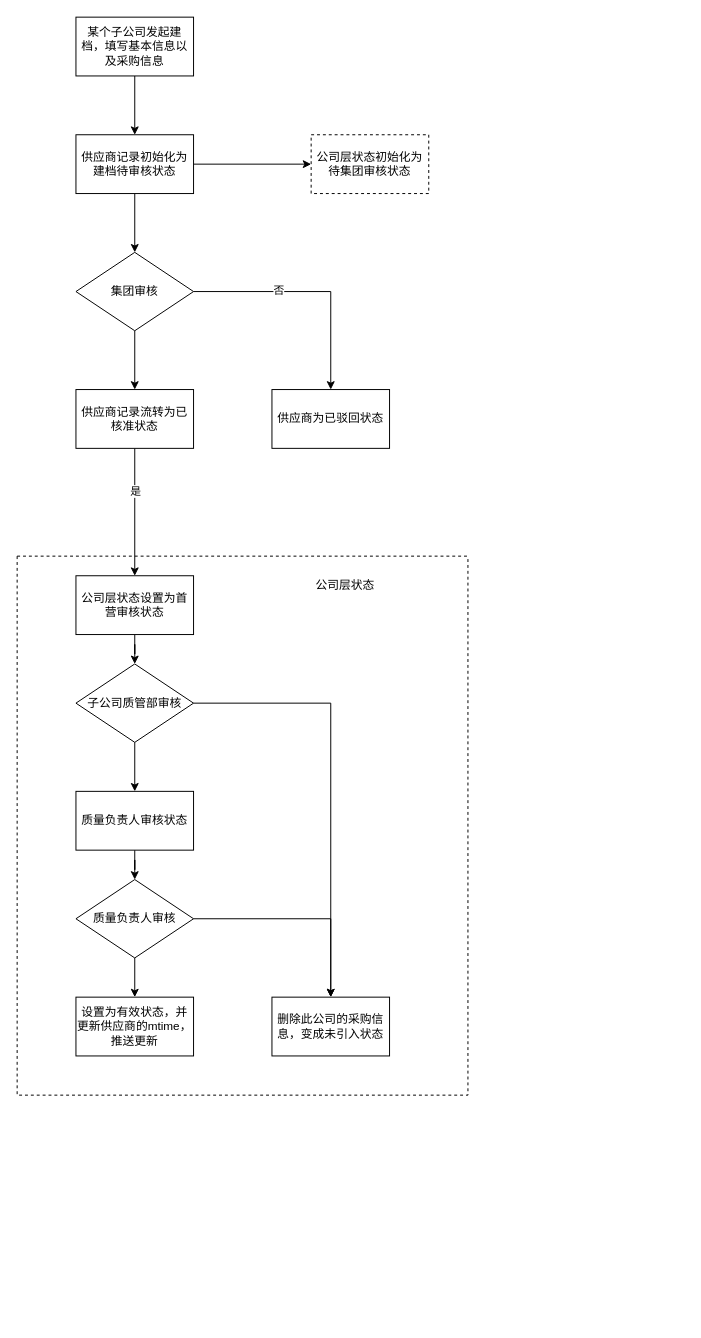
This is gitskills/返利供应商建档流程.drawio from benbenbo/learngit, a draw.io file, before an edit. Source tidied: cells renumbered, new cells numbered last; positions are measured from the earlier drawing's top-left corner, leaving out a move shared by most shapes. Both pictures are drawn from the tidied source at 98%, with x=0, y=0 at pixel (17, 17).
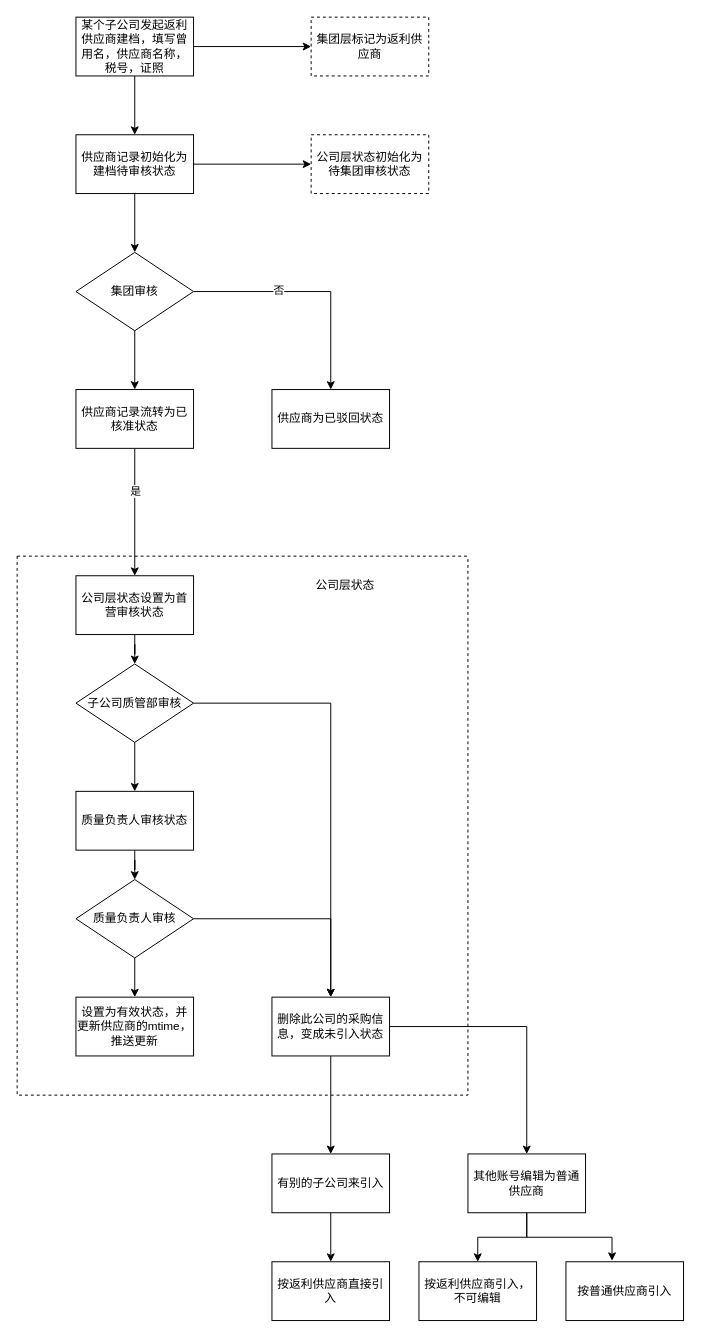
After the change.

Commit message:
Update 返利供应商建档流程.drawio

Unchanged cells that the change refers to:
```xml
<mxCell id="26" value="删除此公司的采购信息，变成未引入状态" style="rounded=0;whiteSpace=wrap;html=1;fillColor=none;gradientColor=none;" parent="14" vertex="1">
  <mxGeometry x="260" y="450" width="120" height="60" as="geometry" />
</mxCell>
```

What changed in the source:
```diff
@@
+    <mxCell id="30" style="edgeStyle=orthogonalEdgeStyle;rounded=0;jettySize=auto;html=1;entryX=0;entryY=0.5;entryDx=0;entryDy=0;" parent="1" edge="1" source="3" target="31">
+      <mxGeometry relative="1" as="geometry" />
+    </mxCell>
-    <mxCell id="3" value="某个子公司发起建档，填写基本信息以及采购信息" style="rounded=0;whiteSpace=wrap;html=1;" parent="1" vertex="1">
+    <mxCell id="3" value="某个子公司发起返利供应商建档，填写曾用名，供应商名称，税号，证照" style="rounded=0;whiteSpace=wrap;html=1;" parent="1" vertex="1">
       <mxGeometry x="60" width="120" height="60" as="geometry" />
     </mxCell>
@@
+    <mxCell id="31" value="集团层标记为返利供应商" style="rounded=0;whiteSpace=wrap;html=1;dashed=1;" parent="1" vertex="1">
+      <mxGeometry x="300" width="120" height="60" as="geometry" />
+    </mxCell>
+    <mxCell id="32" style="edgeStyle=orthogonalEdgeStyle;rounded=0;jettySize=auto;html=1;" parent="1" edge="1" source="33" target="35">
+      <mxGeometry relative="1" as="geometry" />
+    </mxCell>
+    <mxCell id="33" value="有别的子公司来引入" style="rounded=0;whiteSpace=wrap;html=1;" parent="1" vertex="1">
+      <mxGeometry x="260" y="1160" width="120" height="60" as="geometry" />
+    </mxCell>
+    <mxCell id="34" style="edgeStyle=orthogonalEdgeStyle;rounded=0;jettySize=auto;html=1;entryX=0.5;entryY=0;entryDx=0;entryDy=0;" parent="1" edge="1" source="26" target="33">
+      <mxGeometry relative="1" as="geometry" />
+    </mxCell>
+    <mxCell id="35" value="按返利供应商直接引入" style="rounded=0;whiteSpace=wrap;html=1;" parent="1" vertex="1">
+      <mxGeometry x="260" y="1270" width="120" height="60" as="geometry" />
+    </mxCell>
+    <mxCell id="36" style="edgeStyle=orthogonalEdgeStyle;rounded=0;jettySize=auto;html=1;entryX=0.5;entryY=0;entryDx=0;entryDy=0;" parent="1" edge="1" source="38" target="40">
+      <mxGeometry relative="1" as="geometry" />
+    </mxCell>
+    <mxCell id="37" style="edgeStyle=orthogonalEdgeStyle;rounded=0;jettySize=auto;html=1;entryX=0.392;entryY=-0.017;entryDx=0;entryDy=0;entryPerimeter=0;" parent="1" edge="1" source="38" target="41">
+      <mxGeometry relative="1" as="geometry" />
+    </mxCell>
+    <mxCell id="38" value="其他账号编辑为普通供应商" style="rounded=0;whiteSpace=wrap;html=1;" parent="1" vertex="1">
+      <mxGeometry x="460" y="1160" width="120" height="60" as="geometry" />
+    </mxCell>
+    <mxCell id="39" style="edgeStyle=orthogonalEdgeStyle;rounded=0;jettySize=auto;html=1;" parent="1" edge="1" source="26" target="38">
+      <mxGeometry relative="1" as="geometry" />
+    </mxCell>
+    <mxCell id="40" value="按返利供应商引入，不可编辑" style="rounded=0;whiteSpace=wrap;html=1;" parent="1" vertex="1">
+      <mxGeometry x="410" y="1270" width="120" height="60" as="geometry" />
+    </mxCell>
+    <mxCell id="41" value="按普通供应商引入" style="rounded=0;whiteSpace=wrap;html=1;" parent="1" vertex="1">
+      <mxGeometry x="560" y="1270" width="120" height="60" as="geometry" />
+    </mxCell>
```
